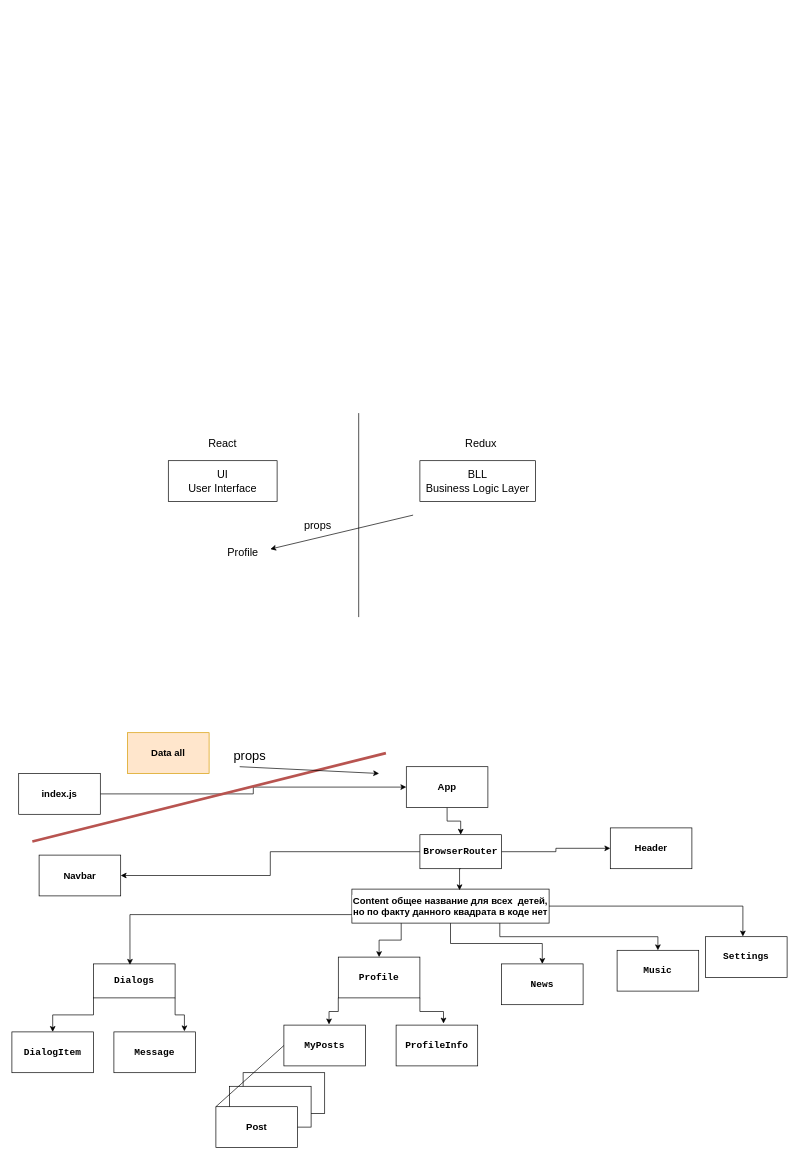
This is socialTree.drawio from blue-script/social-network, a draw.io file, before an edit. Source tidied: cells renumbered, new cells numbered last; positions are measured from the earlier drawing's top-left corner, leaving out a move shared by most shapes. Both pictures are drawn from the tidied source at 68%, with x=0, y=0 at pixel (12, 413).
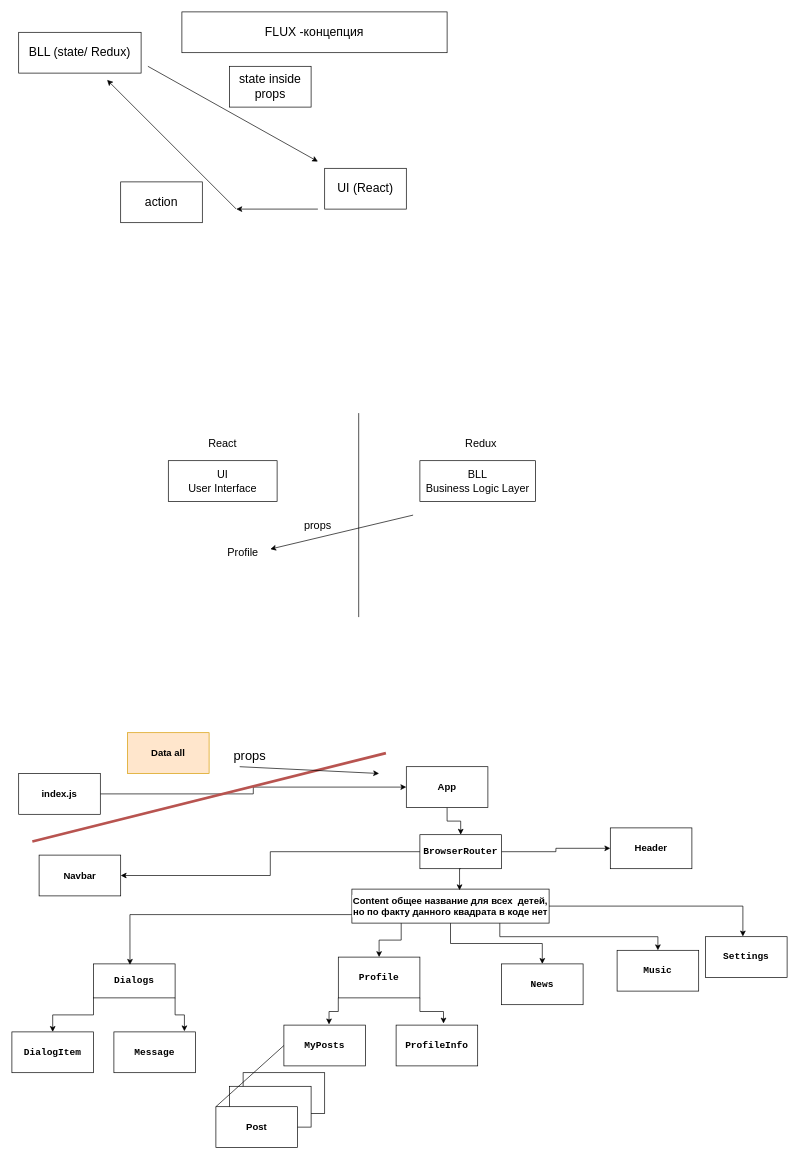
The same page after the edit.

Commit message (it also covers changes not shown here):
lesson 33 - flux

Change to the diagram source:
```diff
@@
+    <mxCell id="47" value="BLL (state/ Redux)" style="rounded=0;whiteSpace=wrap;html=1;fontSize=18;" parent="1" vertex="1">
+      <mxGeometry x="10" y="-560" width="180" height="60" as="geometry" />
+    </mxCell>
+    <mxCell id="48" value="UI (React)" style="rounded=0;whiteSpace=wrap;html=1;fontSize=18;" parent="1" vertex="1">
+      <mxGeometry x="460" y="-360" width="120" height="60" as="geometry" />
+    </mxCell>
+    <mxCell id="49" style="endArrow=classic;html=1;rounded=0;fontSize=18;" parent="1" edge="1">
+      <mxGeometry relative="1" as="geometry">
+        <mxPoint x="200" y="-510" as="sourcePoint" />
+        <mxPoint x="450" y="-370" as="targetPoint" />
+      </mxGeometry>
+    </mxCell>
+    <mxCell id="50" value="state inside props" style="rounded=0;whiteSpace=wrap;html=1;fontSize=18;" parent="1" vertex="1">
+      <mxGeometry x="320" y="-510" width="120" height="60" as="geometry" />
+    </mxCell>
+    <mxCell id="51" style="endArrow=classic;html=1;rounded=0;fontSize=18;" parent="1" edge="1">
+      <mxGeometry relative="1" as="geometry">
+        <mxPoint x="330" y="-300" as="sourcePoint" />
+        <mxPoint x="140" y="-490" as="targetPoint" />
+      </mxGeometry>
+    </mxCell>
+    <mxCell id="52" style="endArrow=classic;html=1;rounded=0;fontSize=18;" parent="1" edge="1">
+      <mxGeometry relative="1" as="geometry">
+        <mxPoint x="450" y="-300" as="sourcePoint" />
+        <mxPoint x="330" y="-300" as="targetPoint" />
+      </mxGeometry>
+    </mxCell>
+    <mxCell id="53" value="action" style="rounded=0;whiteSpace=wrap;html=1;fontSize=18;" parent="1" vertex="1">
+      <mxGeometry x="160" y="-340" width="120" height="60" as="geometry" />
+    </mxCell>
+    <mxCell id="54" value="FLUX -концепция" style="rounded=0;whiteSpace=wrap;html=1;fontSize=18;" parent="1" vertex="1">
+      <mxGeometry x="250" y="-590" width="390" height="60" as="geometry" />
+    </mxCell>
```
